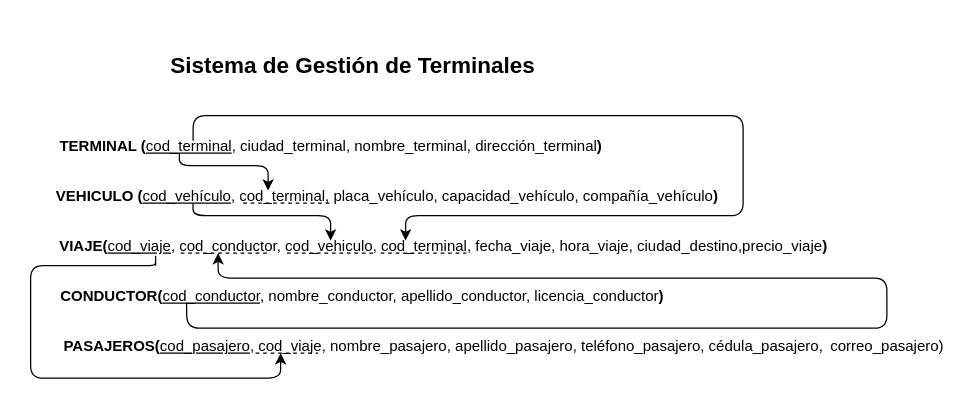
This is grafo.drawio from Vladimirjon/Proyecto_BDD, a draw.io file, before an edit. Source tidied: cells renumbered, new cells numbered last; positions are measured from the earlier drawing's top-left corner, leaving out a move shared by most shapes. Both pictures are drawn from the tidied source at 125%, with x=0, y=0 at pixel (30, 28).
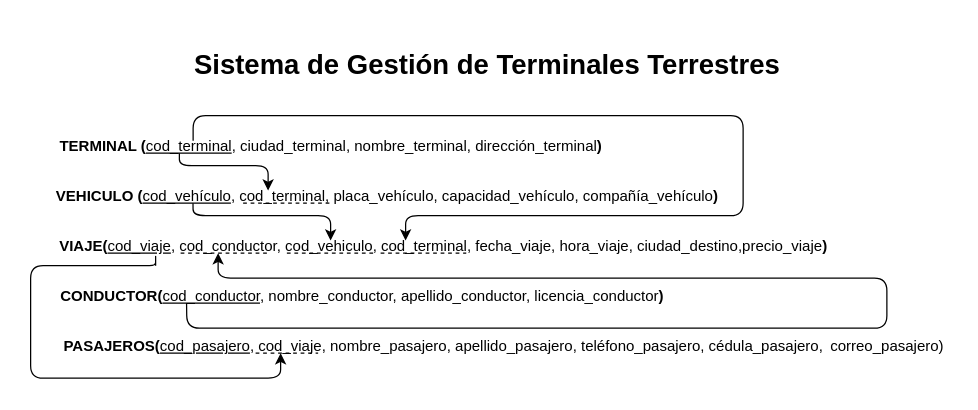
After the change.

Commit message (it also covers changes not shown here):
tamaños cambiados

The edit, as a diff of the source:
```diff
@@
-    <mxCell id="7" value="&lt;h2&gt;&lt;b&gt;Sistema de Gestión de Terminales&amp;nbsp;&lt;/b&gt;&lt;/h2&gt;" style="text;html=1;align=center;verticalAlign=middle;strokeColor=none;fillColor=none;" parent="1" vertex="1">
-      <mxGeometry x="100" width="320" height="60" as="geometry" />
+    <mxCell id="7" value="&lt;h2&gt;&lt;b&gt;&lt;font style=&quot;font-size: 22px;&quot;&gt;Sistema de Gestión de Terminales Terrestres&lt;/font&gt;&lt;/b&gt;&lt;/h2&gt;" style="text;html=1;align=center;verticalAlign=middle;strokeColor=none;fillColor=none;" parent="1" vertex="1">
+      <mxGeometry x="120" y="-5" width="490" height="70" as="geometry" />
     </mxCell>
```
